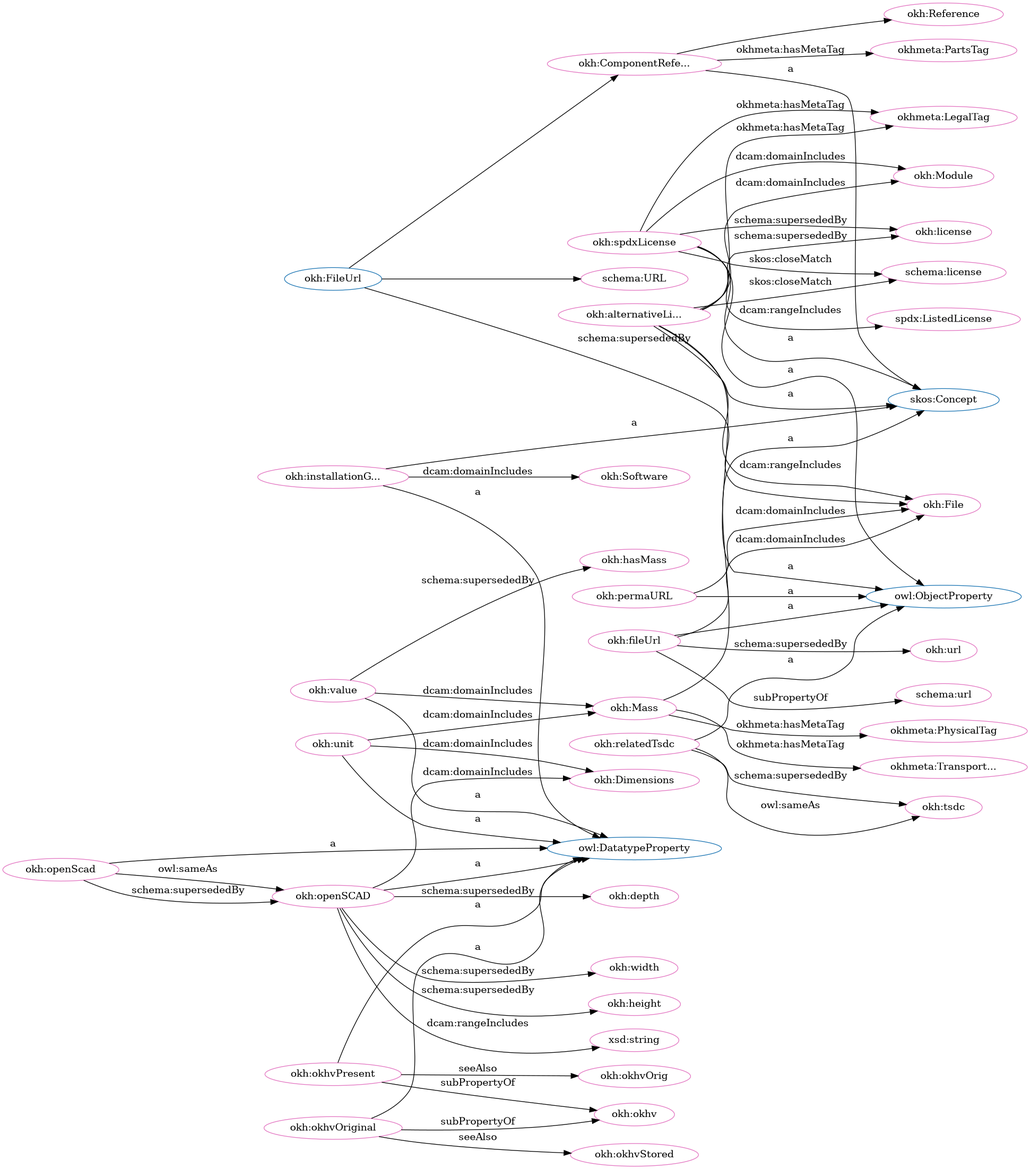
iop-alliance/OpenKnowHow keeps this Graphviz diagram as src/spec/dot_okh_deprecated.png. Above is the earlier version. Its source is kept beside it as src/spec/dot_okh_deprecated.dot.
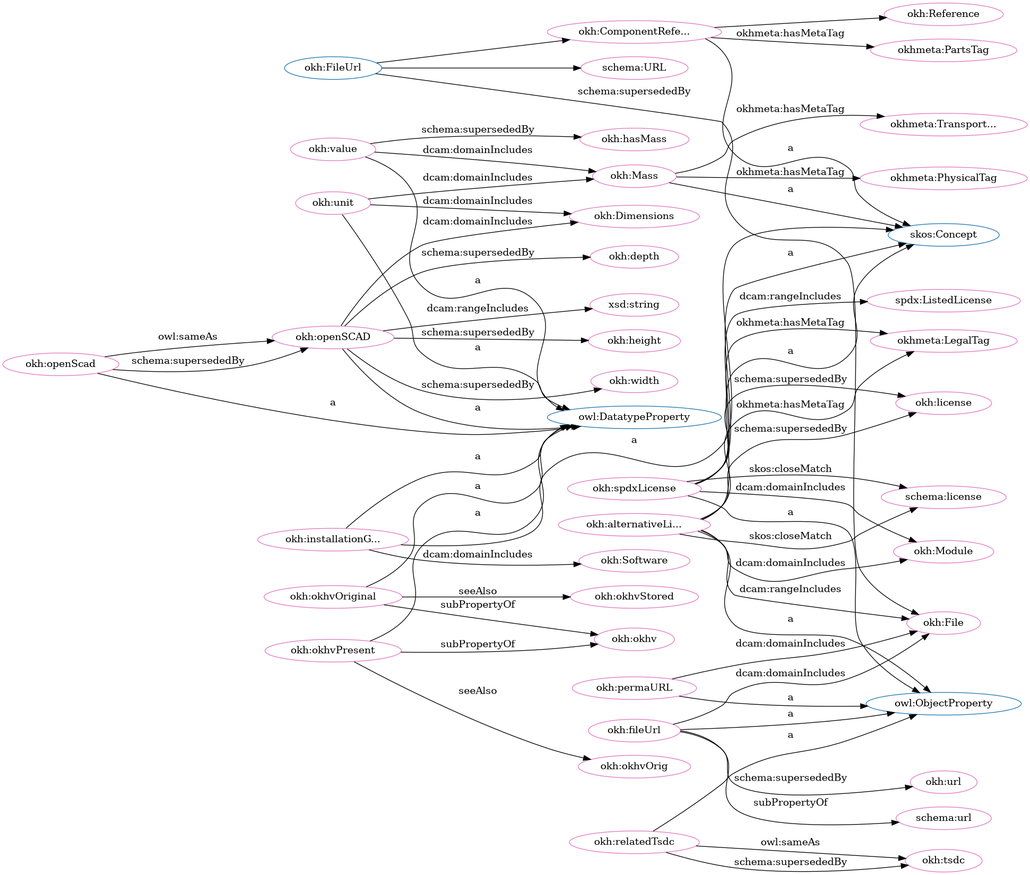
Later version of the same file.

What changed in the source:
```diff
@@ -1,106 +1,106 @@
 digraph G {
   rankdir=BT
   node[height=.3]
+"http://schema.org/URL" [fillcolor="#1f77b4" color="#1f77b4" label="schema:URL"]
 "http://w3id.org/oseg/ont/okh#Mass" [fillcolor="#1f77b4" color="#1f77b4" label="okh:Mass"]
-"http://schema.org/URL" [fillcolor="#1f77b4" color="#1f77b4" label="schema:URL"]
-"http://www.w3.org/2002/07/owl#DatatypeProperty" [fillcolor="#1f77b4" color="#1f77b4" label="owl:DatatypeProperty"]
 "http://www.w3.org/2004/02/skos/core#Concept" [fillcolor="#1f77b4" color="#1f77b4" label="skos:Concept"]
 "http://w3id.org/oseg/ont/okh#ComponentReference" [fillcolor="#1f77b4" color="#1f77b4" label="okh:ComponentRefe..."]
 "http://www.w3.org/2002/07/owl#ObjectProperty" [fillcolor="#1f77b4" color="#1f77b4" label="owl:ObjectProperty"]
+"http://www.w3.org/2002/07/owl#DatatypeProperty" [fillcolor="#1f77b4" color="#1f77b4" label="owl:DatatypeProperty"]
+"http://w3id.org/oseg/ont/okh#Reference" [fillcolor="#1f77b4" color="#1f77b4" label="okh:Reference"]
 "http://w3id.org/oseg/ont/okh#FileUrl" [fillcolor="#1f77b4" color="#1f77b4" label="okh:FileUrl"]
-"http://w3id.org/oseg/ont/okh#Reference" [fillcolor="#1f77b4" color="#1f77b4" label="okh:Reference"]
-"http://w3id.org/oseg/ont/okhmetaTransportationTag" [fillcolor="#e377c2" color="#e377c2" label="okhmeta:Transport..."]
-"http://w3id.org/oseg/ont/okh#ComponentReference" [fillcolor="#e377c2" color="#e377c2" label="okh:ComponentRefe..."]
-"http://spdx.org/rdf/terms#ListedLicense" [fillcolor="#e377c2" color="#e377c2" label="spdx:ListedLicense"]
-"http://w3id.org/oseg/ont/okh#permaURL" [fillcolor="#e377c2" color="#e377c2" label="okh:permaURL"]
-"http://w3id.org/oseg/ont/okh#hasMass" [fillcolor="#e377c2" color="#e377c2" label="okh:hasMass"]
-"http://w3id.org/oseg/ont/okh#url" [fillcolor="#e377c2" color="#e377c2" label="okh:url"]
-"http://w3id.org/oseg/ont/okh#value" [fillcolor="#e377c2" color="#e377c2" label="okh:value"]
+"http://w3id.org/oseg/ont/okh#Dimensions" [fillcolor="#e377c2" color="#e377c2" label="okh:Dimensions"]
 "http://w3id.org/oseg/ont/okh#openSCAD" [fillcolor="#e377c2" color="#e377c2" label="okh:openSCAD"]
 "http://w3id.org/oseg/ont/okh#okhvPresent" [fillcolor="#e377c2" color="#e377c2" label="okh:okhvPresent"]
+"http://schema.org/URL" [fillcolor="#e377c2" color="#e377c2" label="schema:URL"]
+"http://w3id.org/oseg/ont/okh#license" [fillcolor="#e377c2" color="#e377c2" label="okh:license"]
+"http://w3id.org/oseg/ont/okh#spdxLicense" [fillcolor="#e377c2" color="#e377c2" label="okh:spdxLicense"]
 "http://schema.org/license" [fillcolor="#e377c2" color="#e377c2" label="schema:license"]
+"http://w3id.org/oseg/ont/okh#Module" [fillcolor="#e377c2" color="#e377c2" label="okh:Module"]
 "http://w3id.org/oseg/ont/okh#tsdc" [fillcolor="#e377c2" color="#e377c2" label="okh:tsdc"]
+"http://w3id.org/oseg/ont/okh#ComponentReference" [fillcolor="#e377c2" color="#e377c2" label="okh:ComponentRefe..."]
 "http://w3id.org/oseg/ont/okh#alternativeLicense" [fillcolor="#e377c2" color="#e377c2" label="okh:alternativeLi..."]
+"http://w3id.org/oseg/ont/okh#okhvOrig" [fillcolor="#e377c2" color="#e377c2" label="okh:okhvOrig"]
+"http://w3id.org/oseg/ont/okh#value" [fillcolor="#e377c2" color="#e377c2" label="okh:value"]
 "http://w3id.org/oseg/ont/okh#File" [fillcolor="#e377c2" color="#e377c2" label="okh:File"]
 "http://w3id.org/oseg/ont/okh#installationGuide" [fillcolor="#e377c2" color="#e377c2" label="okh:installationG..."]
+"http://w3id.org/oseg/ont/okhmetaTransportationTag" [fillcolor="#e377c2" color="#e377c2" label="okhmeta:Transport..."]
+"http://w3id.org/oseg/ont/okh#Mass" [fillcolor="#e377c2" color="#e377c2" label="okh:Mass"]
+"http://w3id.org/oseg/ont/okh#openScad" [fillcolor="#e377c2" color="#e377c2" label="okh:openScad"]
+"http://w3id.org/oseg/ont/okh#fileUrl" [fillcolor="#e377c2" color="#e377c2" label="okh:fileUrl"]
+"http://w3id.org/oseg/ont/okh#okhv" [fillcolor="#e377c2" color="#e377c2" label="okh:okhv"]
+"http://w3id.org/oseg/ont/okhmetaLegalTag" [fillcolor="#e377c2" color="#e377c2" label="okhmeta:LegalTag"]
+"http://w3id.org/oseg/ont/okhmetaPhysicalTag" [fillcolor="#e377c2" color="#e377c2" label="okhmeta:PhysicalTag"]
+"http://w3id.org/oseg/ont/okh#permaURL" [fillcolor="#e377c2" color="#e377c2" label="okh:permaURL"]
+"http://spdx.org/rdf/terms#ListedLicense" [fillcolor="#e377c2" color="#e377c2" label="spdx:ListedLicense"]
+"http://w3id.org/oseg/ont/okh#Reference" [fillcolor="#e377c2" color="#e377c2" label="okh:Reference"]
+"http://w3id.org/oseg/ont/okh#url" [fillcolor="#e377c2" color="#e377c2" label="okh:url"]
+"http://w3id.org/oseg/ont/okh#width" [fillcolor="#e377c2" color="#e377c2" label="okh:width"]
+"http://schema.org/url" [fillcolor="#e377c2" color="#e377c2" label="schema:url"]
 "http://w3id.org/oseg/ont/okh#okhvOriginal" [fillcolor="#e377c2" color="#e377c2" label="okh:okhvOriginal"]
-"http://schema.org/URL" [fillcolor="#e377c2" color="#e377c2" label="schema:URL"]
-"http://w3id.org/oseg/ont/okh#Mass" [fillcolor="#e377c2" color="#e377c2" label="okh:Mass"]
-"http://w3id.org/oseg/ont/okh#spdxLicense" [fillcolor="#e377c2" color="#e377c2" label="okh:spdxLicense"]
-"http://w3id.org/oseg/ont/okh#fileUrl" [fillcolor="#e377c2" color="#e377c2" label="okh:fileUrl"]
-"http://schema.org/url" [fillcolor="#e377c2" color="#e377c2" label="schema:url"]
-"http://w3id.org/oseg/ont/okhmetaPhysicalTag" [fillcolor="#e377c2" color="#e377c2" label="okhmeta:PhysicalTag"]
-"http://w3id.org/oseg/ont/okhmetaPartsTag" [fillcolor="#e377c2" color="#e377c2" label="okhmeta:PartsTag"]
-"http://w3id.org/oseg/ont/okh#relatedTsdc" [fillcolor="#e377c2" color="#e377c2" label="okh:relatedTsdc"]
-"http://w3id.org/oseg/ont/okh#Module" [fillcolor="#e377c2" color="#e377c2" label="okh:Module"]
-"http://w3id.org/oseg/ont/okh#okhv" [fillcolor="#e377c2" color="#e377c2" label="okh:okhv"]
-"http://w3id.org/oseg/ont/okh#license" [fillcolor="#e377c2" color="#e377c2" label="okh:license"]
 "http://w3id.org/oseg/ont/okh#unit" [fillcolor="#e377c2" color="#e377c2" label="okh:unit"]
-"http://w3id.org/oseg/ont/okh#Reference" [fillcolor="#e377c2" color="#e377c2" label="okh:Reference"]
-"http://w3id.org/oseg/ont/okh#Dimensions" [fillcolor="#e377c2" color="#e377c2" label="okh:Dimensions"]
-"http://w3id.org/oseg/ont/okh#width" [fillcolor="#e377c2" color="#e377c2" label="okh:width"]
-"http://w3id.org/oseg/ont/okh#height" [fillcolor="#e377c2" color="#e377c2" label="okh:height"]
-"http://w3id.org/oseg/ont/okhmetaLegalTag" [fillcolor="#e377c2" color="#e377c2" label="okhmeta:LegalTag"]
-"http://w3id.org/oseg/ont/okh#okhvOrig" [fillcolor="#e377c2" color="#e377c2" label="okh:okhvOrig"]
 "http://w3id.org/oseg/ont/okh#Software" [fillcolor="#e377c2" color="#e377c2" label="okh:Software"]
 "http://www.w3.org/2001/XMLSchema#string" [fillcolor="#e377c2" color="#e377c2" label="xsd:string"]
+"http://w3id.org/oseg/ont/okhmetaPartsTag" [fillcolor="#e377c2" color="#e377c2" label="okhmeta:PartsTag"]
+"http://w3id.org/oseg/ont/okh#height" [fillcolor="#e377c2" color="#e377c2" label="okh:height"]
+"http://w3id.org/oseg/ont/okh#depth" [fillcolor="#e377c2" color="#e377c2" label="okh:depth"]
+"http://w3id.org/oseg/ont/okh#hasMass" [fillcolor="#e377c2" color="#e377c2" label="okh:hasMass"]
 "http://w3id.org/oseg/ont/okh#okhvStored" [fillcolor="#e377c2" color="#e377c2" label="okh:okhvStored"]
-"http://w3id.org/oseg/ont/okh#depth" [fillcolor="#e377c2" color="#e377c2" label="okh:depth"]
-"http://w3id.org/oseg/ont/okh#openScad" [fillcolor="#e377c2" color="#e377c2" label="okh:openScad"]
-  "http://w3id.org/oseg/ont/okh#ComponentReference" -> "http://www.w3.org/2004/02/skos/core#Concept" [label="a"]
+"http://w3id.org/oseg/ont/okh#relatedTsdc" [fillcolor="#e377c2" color="#e377c2" label="okh:relatedTsdc"]
+  "http://w3id.org/oseg/ont/okh#openSCAD" -> "http://w3id.org/oseg/ont/okh#Dimensions" [label="dcam:domainIncludes"]
+  "http://w3id.org/oseg/ont/okh#openScad" -> "http://w3id.org/oseg/ont/okh#openSCAD" [label="owl:sameAs"]
+  "http://w3id.org/oseg/ont/okh#okhvPresent" -> "http://www.w3.org/2002/07/owl#DatatypeProperty" [label="a"]
+  "http://w3id.org/oseg/ont/okh#FileUrl" -> "http://schema.org/URL" [label=""]
+  "http://w3id.org/oseg/ont/okh#alternativeLicense" -> "http://w3id.org/oseg/ont/okh#license" [label="schema:supersededBy"]
+  "http://w3id.org/oseg/ont/okh#spdxLicense" -> "http://www.w3.org/2004/02/skos/core#Concept" [label="a"]
+  "http://w3id.org/oseg/ont/okh#alternativeLicense" -> "http://schema.org/license" [label="skos:closeMatch"]
+  "http://w3id.org/oseg/ont/okh#alternativeLicense" -> "http://w3id.org/oseg/ont/okh#Module" [label="dcam:domainIncludes"]
+  "http://w3id.org/oseg/ont/okh#relatedTsdc" -> "http://w3id.org/oseg/ont/okh#tsdc" [label="owl:sameAs"]
+  "http://w3id.org/oseg/ont/okh#FileUrl" -> "http://w3id.org/oseg/ont/okh#ComponentReference" [label=""]
+  "http://w3id.org/oseg/ont/okh#alternativeLicense" -> "http://www.w3.org/2002/07/owl#ObjectProperty" [label="a"]
+  "http://w3id.org/oseg/ont/okh#spdxLicense" -> "http://w3id.org/oseg/ont/okh#license" [label="schema:supersededBy"]
+  "http://w3id.org/oseg/ont/okh#okhvPresent" -> "http://w3id.org/oseg/ont/okh#okhvOrig" [label="seeAlso"]
+  "http://w3id.org/oseg/ont/okh#value" -> "http://www.w3.org/2002/07/owl#DatatypeProperty" [label="a"]
+  "http://w3id.org/oseg/ont/okh#spdxLicense" -> "http://schema.org/license" [label="skos:closeMatch"]
+  "http://w3id.org/oseg/ont/okh#alternativeLicense" -> "http://w3id.org/oseg/ont/okh#File" [label="dcam:rangeIncludes"]
+  "http://w3id.org/oseg/ont/okh#installationGuide" -> "http://www.w3.org/2002/07/owl#DatatypeProperty" [label="a"]
   "http://w3id.org/oseg/ont/okh#Mass" -> "http://w3id.org/oseg/ont/okhmetaTransportationTag" [label="okhmeta:hasMetaTag"]
+  "http://w3id.org/oseg/ont/okh#installationGuide" -> "http://www.w3.org/2004/02/skos/core#Concept" [label="a"]
+  "http://w3id.org/oseg/ont/okh#Mass" -> "http://www.w3.org/2004/02/skos/core#Concept" [label="a"]
+  "http://w3id.org/oseg/ont/okh#openScad" -> "http://www.w3.org/2002/07/owl#DatatypeProperty" [label="a"]
+  "http://w3id.org/oseg/ont/okh#fileUrl" -> "http://www.w3.org/2002/07/owl#ObjectProperty" [label="a"]
+  "http://w3id.org/oseg/ont/okh#okhvPresent" -> "http://w3id.org/oseg/ont/okh#okhv" [label="subPropertyOf"]
+  "http://w3id.org/oseg/ont/okh#alternativeLicense" -> "http://w3id.org/oseg/ont/okhmetaLegalTag" [label="okhmeta:hasMetaTag"]
+  "http://w3id.org/oseg/ont/okh#unit" -> "http://w3id.org/oseg/ont/okh#Dimensions" [label="dcam:domainIncludes"]
+  "http://w3id.org/oseg/ont/okh#fileUrl" -> "http://w3id.org/oseg/ont/okh#File" [label="dcam:domainIncludes"]
+  "http://w3id.org/oseg/ont/okh#Mass" -> "http://w3id.org/oseg/ont/okhmetaPhysicalTag" [label="okhmeta:hasMetaTag"]
+  "http://w3id.org/oseg/ont/okh#openSCAD" -> "http://www.w3.org/2002/07/owl#DatatypeProperty" [label="a"]
+  "http://w3id.org/oseg/ont/okh#value" -> "http://w3id.org/oseg/ont/okh#Mass" [label="dcam:domainIncludes"]
+  "http://w3id.org/oseg/ont/okh#spdxLicense" -> "http://w3id.org/oseg/ont/okhmetaLegalTag" [label="okhmeta:hasMetaTag"]
+  "http://w3id.org/oseg/ont/okh#okhvOriginal" -> "http://w3id.org/oseg/ont/okh#okhv" [label="subPropertyOf"]
+  "http://w3id.org/oseg/ont/okh#spdxLicense" -> "http://www.w3.org/2002/07/owl#ObjectProperty" [label="a"]
+  "http://w3id.org/oseg/ont/okh#spdxLicense" -> "http://w3id.org/oseg/ont/okh#Module" [label="dcam:domainIncludes"]
+  "http://w3id.org/oseg/ont/okh#permaURL" -> "http://www.w3.org/2002/07/owl#ObjectProperty" [label="a"]
   "http://w3id.org/oseg/ont/okh#spdxLicense" -> "http://spdx.org/rdf/terms#ListedLicense" [label="dcam:rangeIncludes"]
-  "http://w3id.org/oseg/ont/okh#permaURL" -> "http://www.w3.org/2002/07/owl#ObjectProperty" [label="a"]
-  "http://w3id.org/oseg/ont/okh#value" -> "http://w3id.org/oseg/ont/okh#hasMass" [label="schema:supersededBy"]
+  "http://w3id.org/oseg/ont/okh#openScad" -> "http://w3id.org/oseg/ont/okh#openSCAD" [label="schema:supersededBy"]
+  "http://w3id.org/oseg/ont/okh#ComponentReference" -> "http://w3id.org/oseg/ont/okh#Reference" [label=""]
+  "http://w3id.org/oseg/ont/okh#unit" -> "http://w3id.org/oseg/ont/okh#Mass" [label="dcam:domainIncludes"]
   "http://w3id.org/oseg/ont/okh#fileUrl" -> "http://w3id.org/oseg/ont/okh#url" [label="schema:supersededBy"]
-  "http://w3id.org/oseg/ont/okh#value" -> "http://www.w3.org/2002/07/owl#DatatypeProperty" [label="a"]
-  "http://w3id.org/oseg/ont/okh#openScad" -> "http://w3id.org/oseg/ont/okh#openSCAD" [label="schema:supersededBy"]
-  "http://w3id.org/oseg/ont/okh#okhvPresent" -> "http://www.w3.org/2002/07/owl#DatatypeProperty" [label="a"]
-  "http://w3id.org/oseg/ont/okh#alternativeLicense" -> "http://schema.org/license" [label="skos:closeMatch"]
-  "http://w3id.org/oseg/ont/okh#relatedTsdc" -> "http://w3id.org/oseg/ont/okh#tsdc" [label="owl:sameAs"]
-  "http://w3id.org/oseg/ont/okh#alternativeLicense" -> "http://www.w3.org/2004/02/skos/core#Concept" [label="a"]
-  "http://w3id.org/oseg/ont/okh#openSCAD" -> "http://www.w3.org/2002/07/owl#DatatypeProperty" [label="a"]
-  "http://w3id.org/oseg/ont/okh#alternativeLicense" -> "http://w3id.org/oseg/ont/okh#File" [label="dcam:rangeIncludes"]
-  "http://w3id.org/oseg/ont/okh#installationGuide" -> "http://www.w3.org/2004/02/skos/core#Concept" [label="a"]
+  "http://w3id.org/oseg/ont/okh#permaURL" -> "http://w3id.org/oseg/ont/okh#File" [label="dcam:domainIncludes"]
+  "http://w3id.org/oseg/ont/okh#openSCAD" -> "http://w3id.org/oseg/ont/okh#width" [label="schema:supersededBy"]
+  "http://w3id.org/oseg/ont/okh#fileUrl" -> "http://schema.org/url" [label="subPropertyOf"]
   "http://w3id.org/oseg/ont/okh#okhvOriginal" -> "http://www.w3.org/2002/07/owl#DatatypeProperty" [label="a"]
   "http://w3id.org/oseg/ont/okh#relatedTsdc" -> "http://w3id.org/oseg/ont/okh#tsdc" [label="schema:supersededBy"]
-  "http://w3id.org/oseg/ont/okh#FileUrl" -> "http://schema.org/URL" [label=""]
-  "http://w3id.org/oseg/ont/okh#value" -> "http://w3id.org/oseg/ont/okh#Mass" [label="dcam:domainIncludes"]
-  "http://w3id.org/oseg/ont/okh#spdxLicense" -> "http://www.w3.org/2002/07/owl#ObjectProperty" [label="a"]
-  "http://w3id.org/oseg/ont/okh#fileUrl" -> "http://www.w3.org/2002/07/owl#ObjectProperty" [label="a"]
-  "http://w3id.org/oseg/ont/okh#fileUrl" -> "http://schema.org/url" [label="subPropertyOf"]
-  "http://w3id.org/oseg/ont/okh#Mass" -> "http://w3id.org/oseg/ont/okhmetaPhysicalTag" [label="okhmeta:hasMetaTag"]
-  "http://w3id.org/oseg/ont/okh#permaURL" -> "http://w3id.org/oseg/ont/okh#File" [label="dcam:domainIncludes"]
-  "http://w3id.org/oseg/ont/okh#ComponentReference" -> "http://w3id.org/oseg/ont/okhmetaPartsTag" [label="okhmeta:hasMetaTag"]
-  "http://w3id.org/oseg/ont/okh#relatedTsdc" -> "http://www.w3.org/2002/07/owl#ObjectProperty" [label="a"]
-  "http://w3id.org/oseg/ont/okh#okhvOriginal" -> "http://w3id.org/oseg/ont/okh#okhv" [label="subPropertyOf"]
-  "http://w3id.org/oseg/ont/okh#spdxLicense" -> "http://w3id.org/oseg/ont/okh#Module" [label="dcam:domainIncludes"]
-  "http://w3id.org/oseg/ont/okh#alternativeLicense" -> "http://w3id.org/oseg/ont/okh#license" [label="schema:supersededBy"]
+  "http://w3id.org/oseg/ont/okh#ComponentReference" -> "http://www.w3.org/2004/02/skos/core#Concept" [label="a"]
   "http://w3id.org/oseg/ont/okh#unit" -> "http://www.w3.org/2002/07/owl#DatatypeProperty" [label="a"]
-  "http://w3id.org/oseg/ont/okh#alternativeLicense" -> "http://www.w3.org/2002/07/owl#ObjectProperty" [label="a"]
-  "http://w3id.org/oseg/ont/okh#installationGuide" -> "http://www.w3.org/2002/07/owl#DatatypeProperty" [label="a"]
-  "http://w3id.org/oseg/ont/okh#ComponentReference" -> "http://w3id.org/oseg/ont/okh#Reference" [label=""]
-  "http://w3id.org/oseg/ont/okh#openSCAD" -> "http://w3id.org/oseg/ont/okh#Dimensions" [label="dcam:domainIncludes"]
-  "http://w3id.org/oseg/ont/okh#openSCAD" -> "http://w3id.org/oseg/ont/okh#width" [label="schema:supersededBy"]
-  "http://w3id.org/oseg/ont/okh#spdxLicense" -> "http://w3id.org/oseg/ont/okh#license" [label="schema:supersededBy"]
-  "http://w3id.org/oseg/ont/okh#alternativeLicense" -> "http://w3id.org/oseg/ont/okh#Module" [label="dcam:domainIncludes"]
-  "http://w3id.org/oseg/ont/okh#openSCAD" -> "http://w3id.org/oseg/ont/okh#height" [label="schema:supersededBy"]
-  "http://w3id.org/oseg/ont/okh#spdxLicense" -> "http://schema.org/license" [label="skos:closeMatch"]
-  "http://w3id.org/oseg/ont/okh#FileUrl" -> "http://w3id.org/oseg/ont/okh#ComponentReference" [label=""]
-  "http://w3id.org/oseg/ont/okh#spdxLicense" -> "http://w3id.org/oseg/ont/okhmetaLegalTag" [label="okhmeta:hasMetaTag"]
-  "http://w3id.org/oseg/ont/okh#spdxLicense" -> "http://www.w3.org/2004/02/skos/core#Concept" [label="a"]
-  "http://w3id.org/oseg/ont/okh#okhvPresent" -> "http://w3id.org/oseg/ont/okh#okhvOrig" [label="seeAlso"]
   "http://w3id.org/oseg/ont/okh#installationGuide" -> "http://w3id.org/oseg/ont/okh#Software" [label="dcam:domainIncludes"]
   "http://w3id.org/oseg/ont/okh#openSCAD" -> "http://www.w3.org/2001/XMLSchema#string" [label="dcam:rangeIncludes"]
+  "http://w3id.org/oseg/ont/okh#ComponentReference" -> "http://w3id.org/oseg/ont/okhmetaPartsTag" [label="okhmeta:hasMetaTag"]
+  "http://w3id.org/oseg/ont/okh#openSCAD" -> "http://w3id.org/oseg/ont/okh#height" [label="schema:supersededBy"]
   "http://w3id.org/oseg/ont/okh#FileUrl" -> "http://w3id.org/oseg/ont/okh#File" [label="schema:supersededBy"]
-  "http://w3id.org/oseg/ont/okh#okhvPresent" -> "http://w3id.org/oseg/ont/okh#okhv" [label="subPropertyOf"]
-  "http://w3id.org/oseg/ont/okh#unit" -> "http://w3id.org/oseg/ont/okh#Mass" [label="dcam:domainIncludes"]
-  "http://w3id.org/oseg/ont/okh#fileUrl" -> "http://w3id.org/oseg/ont/okh#File" [label="dcam:domainIncludes"]
-  "http://w3id.org/oseg/ont/okh#alternativeLicense" -> "http://w3id.org/oseg/ont/okhmetaLegalTag" [label="okhmeta:hasMetaTag"]
-  "http://w3id.org/oseg/ont/okh#openScad" -> "http://w3id.org/oseg/ont/okh#openSCAD" [label="owl:sameAs"]
+  "http://w3id.org/oseg/ont/okh#openSCAD" -> "http://w3id.org/oseg/ont/okh#depth" [label="schema:supersededBy"]
+  "http://w3id.org/oseg/ont/okh#alternativeLicense" -> "http://www.w3.org/2004/02/skos/core#Concept" [label="a"]
+  "http://w3id.org/oseg/ont/okh#value" -> "http://w3id.org/oseg/ont/okh#hasMass" [label="schema:supersededBy"]
   "http://w3id.org/oseg/ont/okh#okhvOriginal" -> "http://w3id.org/oseg/ont/okh#okhvStored" [label="seeAlso"]
-  "http://w3id.org/oseg/ont/okh#unit" -> "http://w3id.org/oseg/ont/okh#Dimensions" [label="dcam:domainIncludes"]
-  "http://w3id.org/oseg/ont/okh#Mass" -> "http://www.w3.org/2004/02/skos/core#Concept" [label="a"]
-  "http://w3id.org/oseg/ont/okh#openSCAD" -> "http://w3id.org/oseg/ont/okh#depth" [label="schema:supersededBy"]
-  "http://w3id.org/oseg/ont/okh#openScad" -> "http://www.w3.org/2002/07/owl#DatatypeProperty" [label="a"]
+  "http://w3id.org/oseg/ont/okh#relatedTsdc" -> "http://www.w3.org/2002/07/owl#ObjectProperty" [label="a"]
 }
```
